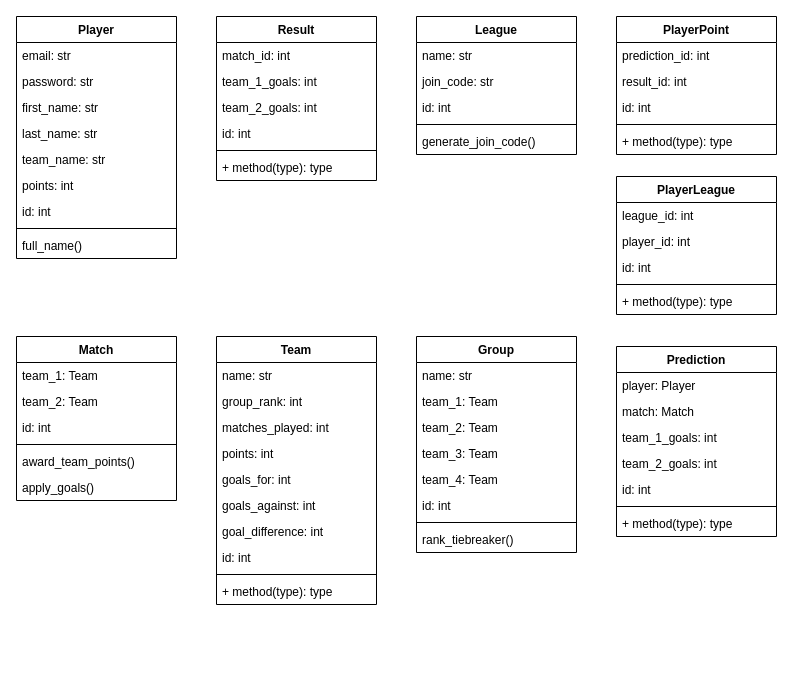
Before: planning/class_diagram.drawio in Stanhoucke/euros_predictor, a draw.io diagram. Source tidied: cells renumbered, new cells numbered last; positions are measured from the earlier drawing's top-left corner, leaving out a move shared by most shapes. Both pictures are drawn from the tidied source at 100%, with x=0, y=0 at pixel (16, 16).
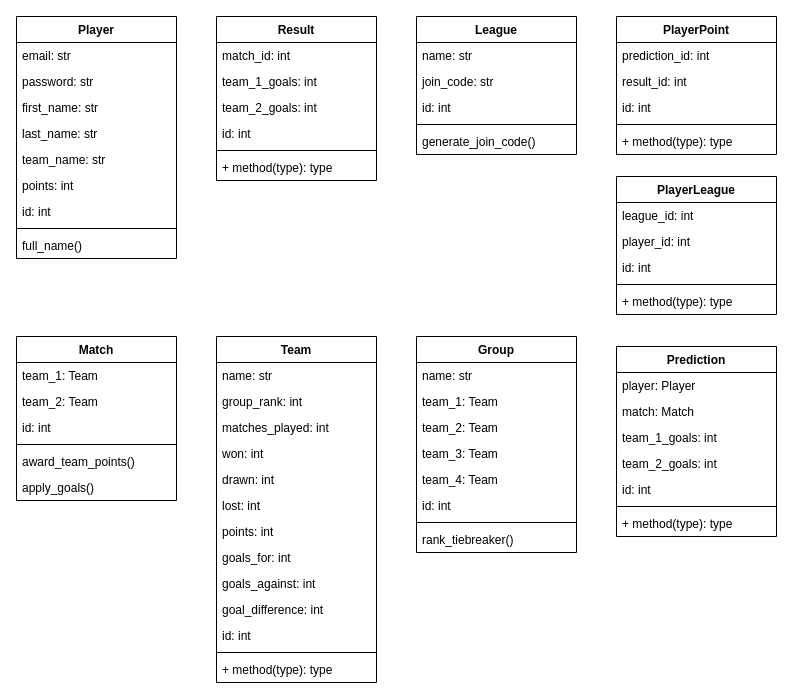
After the change.

Commit message (it also covers changes not shown here):
refactored team and group classes

What changed in the source:
```diff
@@
     <mxCell id="12" value="Team" style="swimlane;fontStyle=1;align=center;verticalAlign=top;horizontal=1;startSize=26;" parent="1" vertex="1">
-      <mxGeometry x="200" y="320" width="160" height="268" as="geometry" />
+      <mxGeometry x="200" y="320" width="160" height="346" as="geometry" />
     </mxCell>
@@
+    <mxCell id="72" value="won: int" style="text;strokeColor=none;fillColor=none;align=left;verticalAlign=top;spacingLeft=4;spacingRight=4;overflow=hidden;" parent="12" vertex="1">
+      <mxGeometry y="104" width="160" height="26" as="geometry" />
+    </mxCell>
+    <mxCell id="73" value="drawn: int" style="text;strokeColor=none;fillColor=none;align=left;verticalAlign=top;spacingLeft=4;spacingRight=4;overflow=hidden;" parent="12" vertex="1">
+      <mxGeometry y="130" width="160" height="26" as="geometry" />
+    </mxCell>
+    <mxCell id="74" value="lost: int" style="text;strokeColor=none;fillColor=none;align=left;verticalAlign=top;spacingLeft=4;spacingRight=4;overflow=hidden;" parent="12" vertex="1">
+      <mxGeometry y="156" width="160" height="26" as="geometry" />
+    </mxCell>
     <mxCell id="16" value="points: int" style="text;strokeColor=none;fillColor=none;align=left;verticalAlign=top;spacingLeft=4;spacingRight=4;overflow=hidden;" parent="12" vertex="1">
-      <mxGeometry y="104" width="160" height="26" as="geometry" />
+      <mxGeometry y="182" width="160" height="26" as="geometry" />
     </mxCell>
     <mxCell id="17" value="goals_for: int" style="text;strokeColor=none;fillColor=none;align=left;verticalAlign=top;spacingLeft=4;spacingRight=4;overflow=hidden;" parent="12" vertex="1">
-      <mxGeometry y="130" width="160" height="26" as="geometry" />
+      <mxGeometry y="208" width="160" height="26" as="geometry" />
     </mxCell>
     <mxCell id="18" value="goals_against: int" style="text;strokeColor=none;fillColor=none;align=left;verticalAlign=top;spacingLeft=4;spacingRight=4;overflow=hidden;" parent="12" vertex="1">
-      <mxGeometry y="156" width="160" height="26" as="geometry" />
+      <mxGeometry y="234" width="160" height="26" as="geometry" />
     </mxCell>
     <mxCell id="19" value="goal_difference: int" style="text;strokeColor=none;fillColor=none;align=left;verticalAlign=top;spacingLeft=4;spacingRight=4;overflow=hidden;" parent="12" vertex="1">
-      <mxGeometry y="182" width="160" height="26" as="geometry" />
+      <mxGeometry y="260" width="160" height="26" as="geometry" />
     </mxCell>
     <mxCell id="20" value="id: int" style="text;strokeColor=none;fillColor=none;align=left;verticalAlign=top;spacingLeft=4;spacingRight=4;overflow=hidden;" parent="12" vertex="1">
-      <mxGeometry y="208" width="160" height="26" as="geometry" />
+      <mxGeometry y="286" width="160" height="26" as="geometry" />
     </mxCell>
     <mxCell id="21" style="line;strokeWidth=1;fillColor=none;align=left;verticalAlign=middle;spacingTop=-1;spacingLeft=3;spacingRight=3;labelPosition=right;" parent="12" vertex="1">
-      <mxGeometry y="234" width="160" height="8" as="geometry" />
+      <mxGeometry y="312" width="160" height="8" as="geometry" />
     </mxCell>
     <mxCell id="22" value="+ method(type): type" style="text;strokeColor=none;fillColor=none;align=left;verticalAlign=top;spacingLeft=4;spacingRight=4;overflow=hidden;" parent="12" vertex="1">
-      <mxGeometry y="242" width="160" height="26" as="geometry" />
+      <mxGeometry y="320" width="160" height="26" as="geometry" />
     </mxCell>
```
